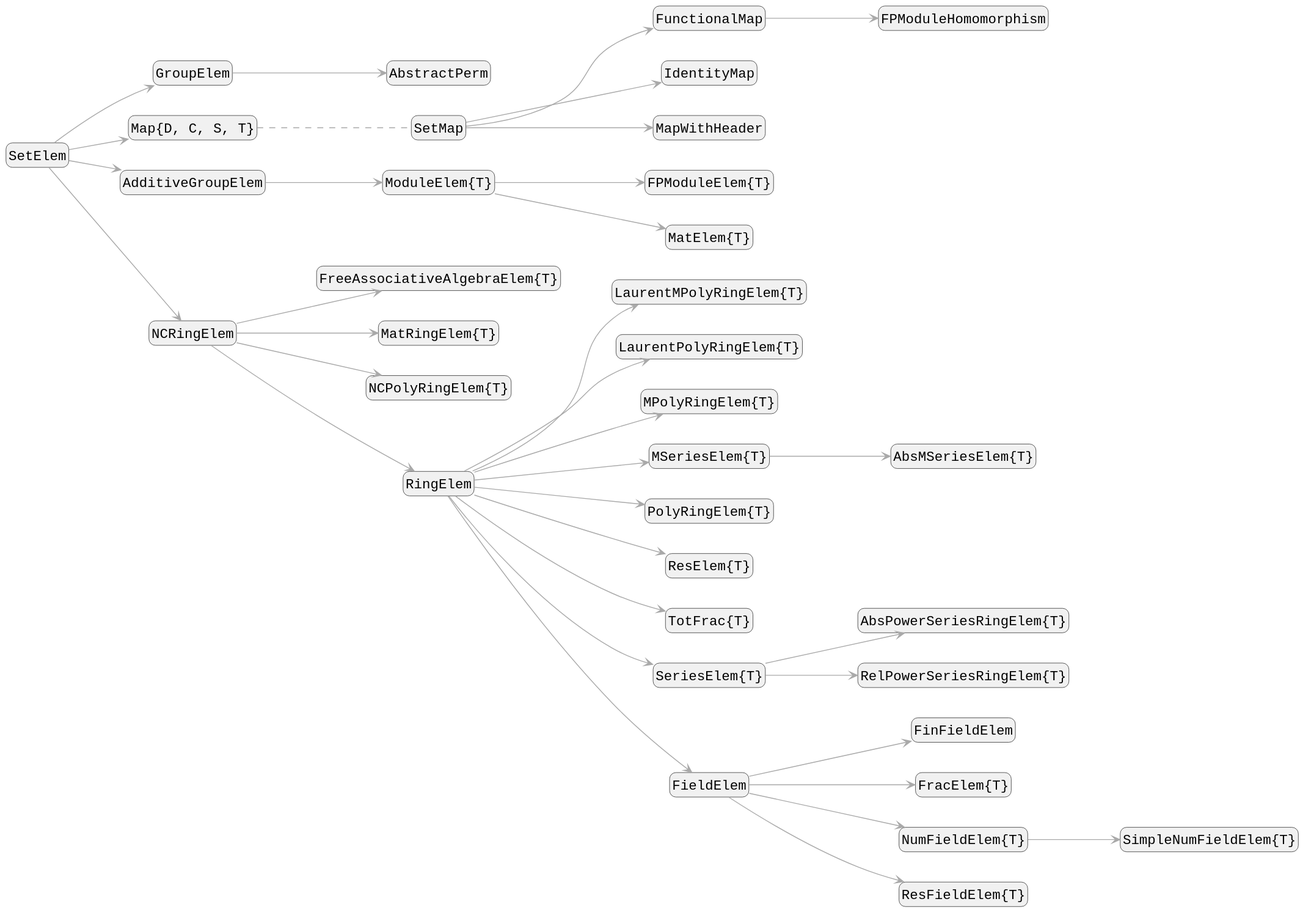
Nemocas/AbstractAlgebra.jl keeps this PlantUML diagram as docs/src/assets/elements_diagram.svg. Above is the earlier version.
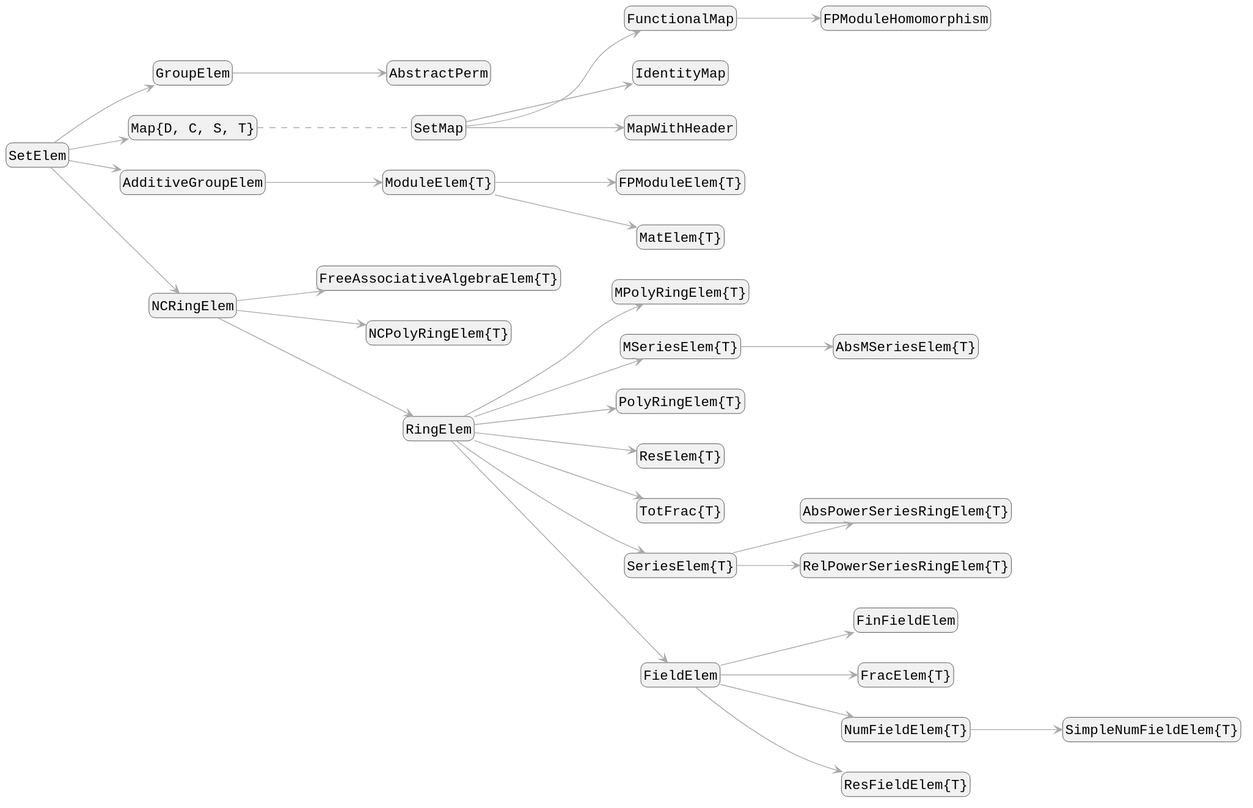
The same file after the commit.

The edit, as a diff of the source:
```diff
@@ -15,11 +15,8 @@
 "ModuleElem{T}" --> "MatElem{T}"
 "SetElem" --> "NCRingElem"
 "NCRingElem" --> "FreeAssociativeAlgebraElem{T}"
-"NCRingElem" --> "MatRingElem{T}"
 "NCRingElem" --> "NCPolyRingElem{T}"
 "NCRingElem" --> "RingElem"
-"RingElem" --> "LaurentMPolyRingElem{T}"
-"RingElem" --> "LaurentPolyRingElem{T}"
 "RingElem" --> "MPolyRingElem{T}"
 "RingElem" --> "MSeriesElem{T}"
 "MSeriesElem{T}" --> "AbsMSeriesElem{T}"
```
